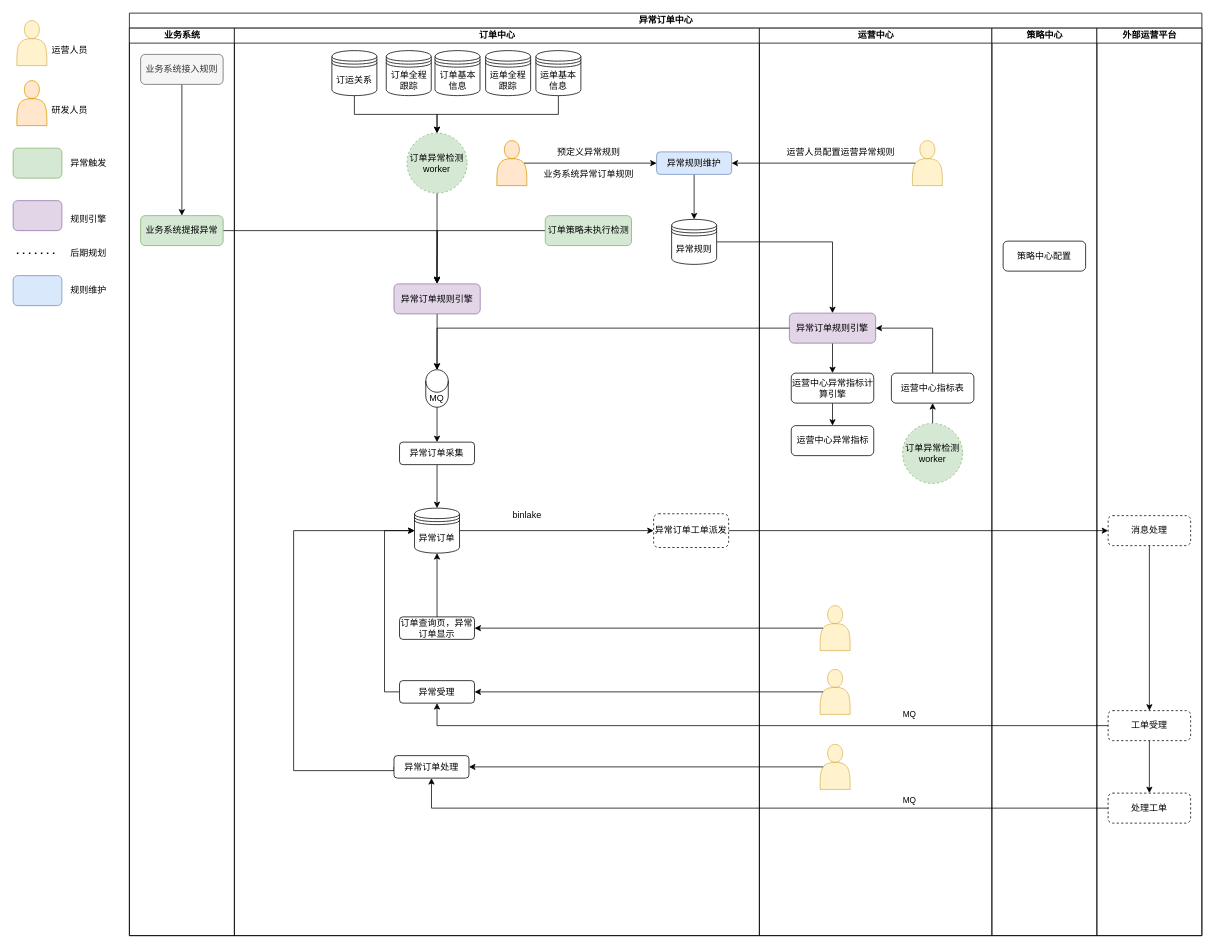
Earlier version of the draw.io diagram page "订单异常中心" (35 of 36) of Untitled Diagram.drawio (lixintao03/lixintao.github.io). Source tidied: cells renumbered, new cells numbered last; positions are measured from the earlier drawing's top-left corner, leaving out a move shared by most shapes. Both pictures are drawn from the tidied source at 75%, with x=0, y=0 at pixel (13, 13).
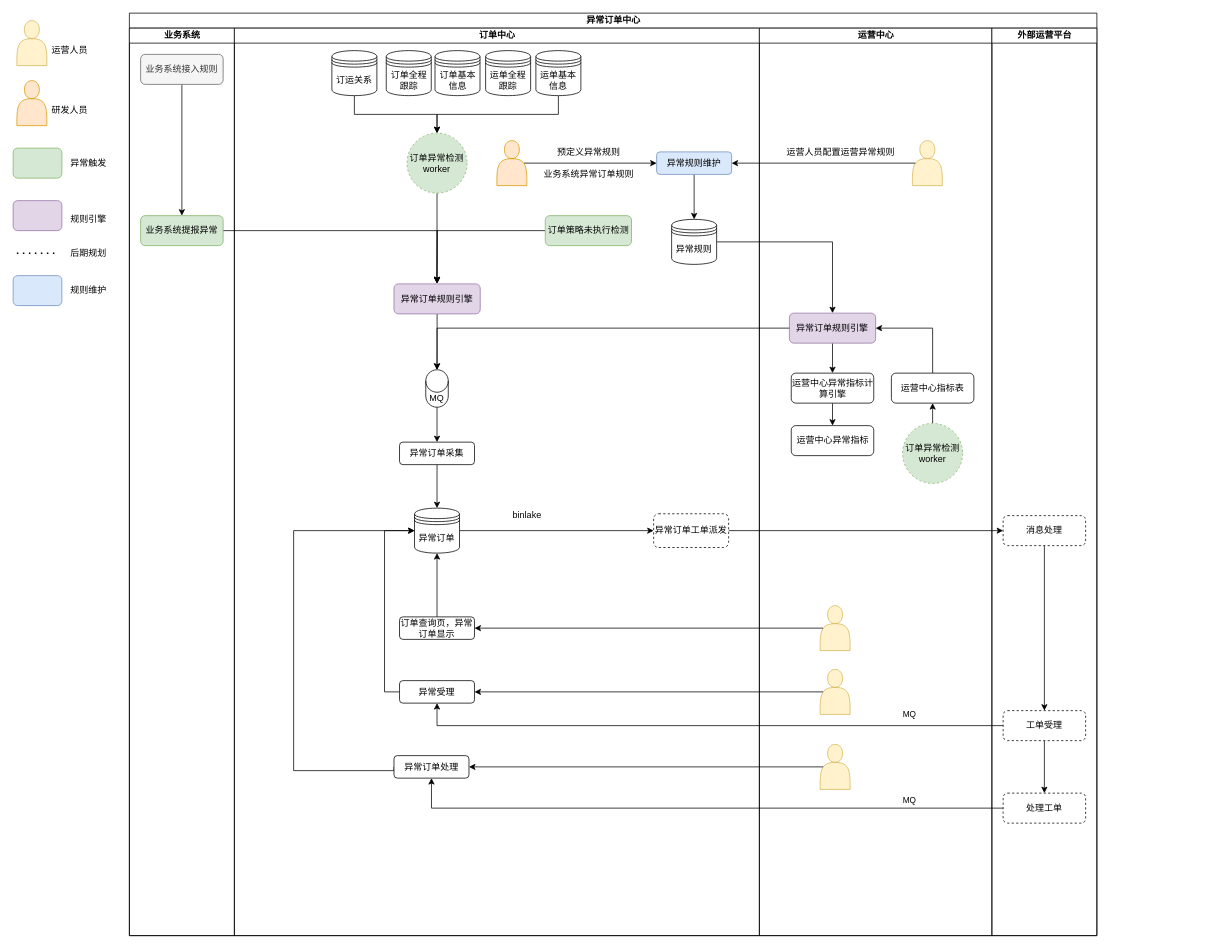
After the change.

Diff of the diagram source:
```diff
@@
     <mxCell id="2" value="异常订单中心" style="swimlane;startSize=20;html=1;" parent="1" vertex="1">
-      <mxGeometry x="155" width="1430" height="1230" as="geometry" />
+      <mxGeometry x="155" width="1290" height="1230" as="geometry" />
     </mxCell>
@@
-    <mxCell id="64" value="策略中心" style="swimlane;startSize=20;html=1;" parent="2" vertex="1">
-      <mxGeometry x="1150" y="20" width="140" height="1210" as="geometry" />
-    </mxCell>
-    <mxCell id="65" value="策略中心配置" style="rounded=1;whiteSpace=wrap;html=1;" parent="64" vertex="1">
-      <mxGeometry x="15" y="284" width="110" height="40" as="geometry" />
-    </mxCell>
     <mxCell id="66" value="外部运营平台" style="swimlane;startSize=20;html=1;" parent="2" vertex="1">
-      <mxGeometry x="1290" y="20" width="140" height="1210" as="geometry" />
+      <mxGeometry x="1150" y="20" width="140" height="1210" as="geometry" />
     </mxCell>
```
